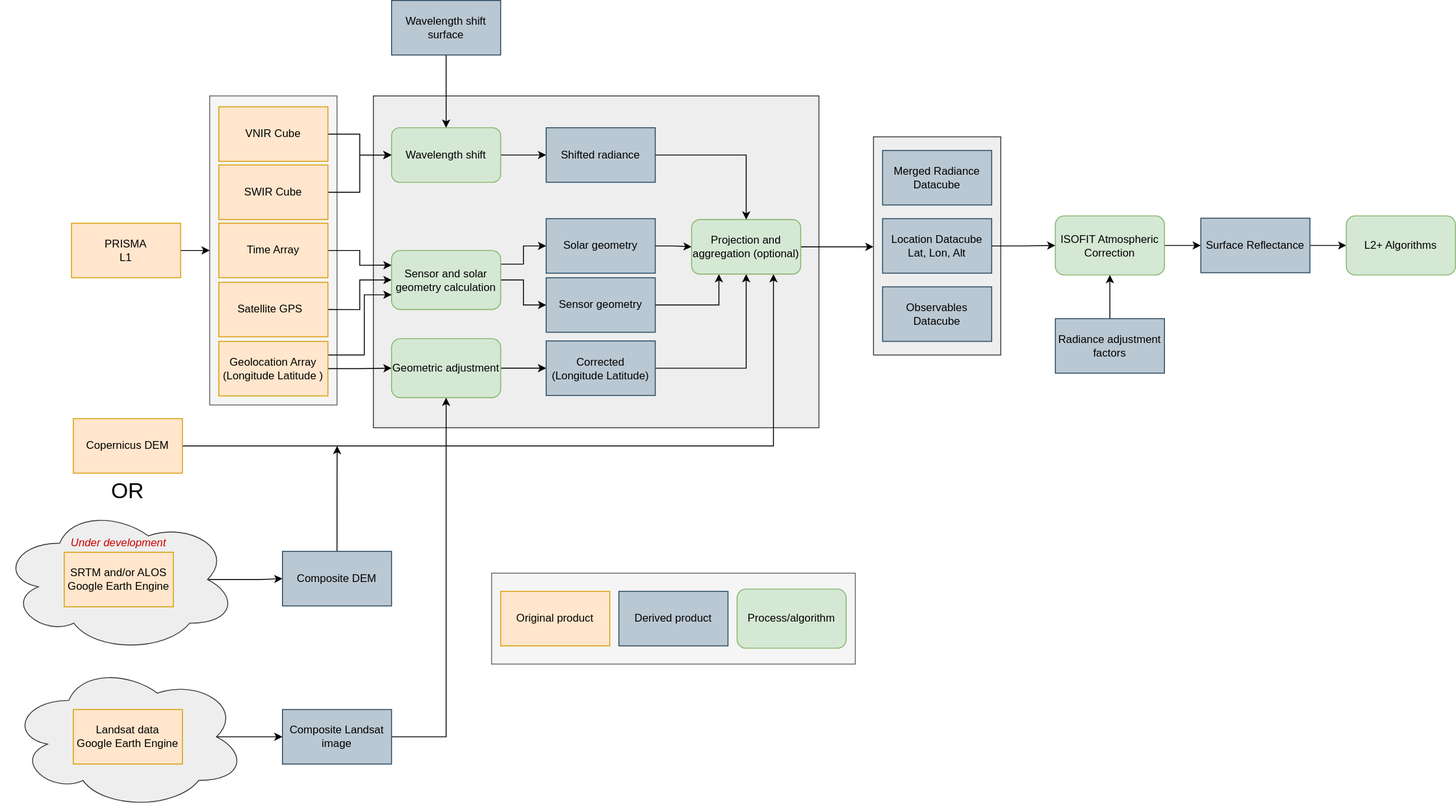
Before: figures/prisma_workflow.svg, a diagram exported from draw.io (sister-jpl/sister-preprocess). Source tidied: cells renumbered, new cells last; positions are measured from the earlier drawing's top-left corner, leaving out a move shared by most shapes.
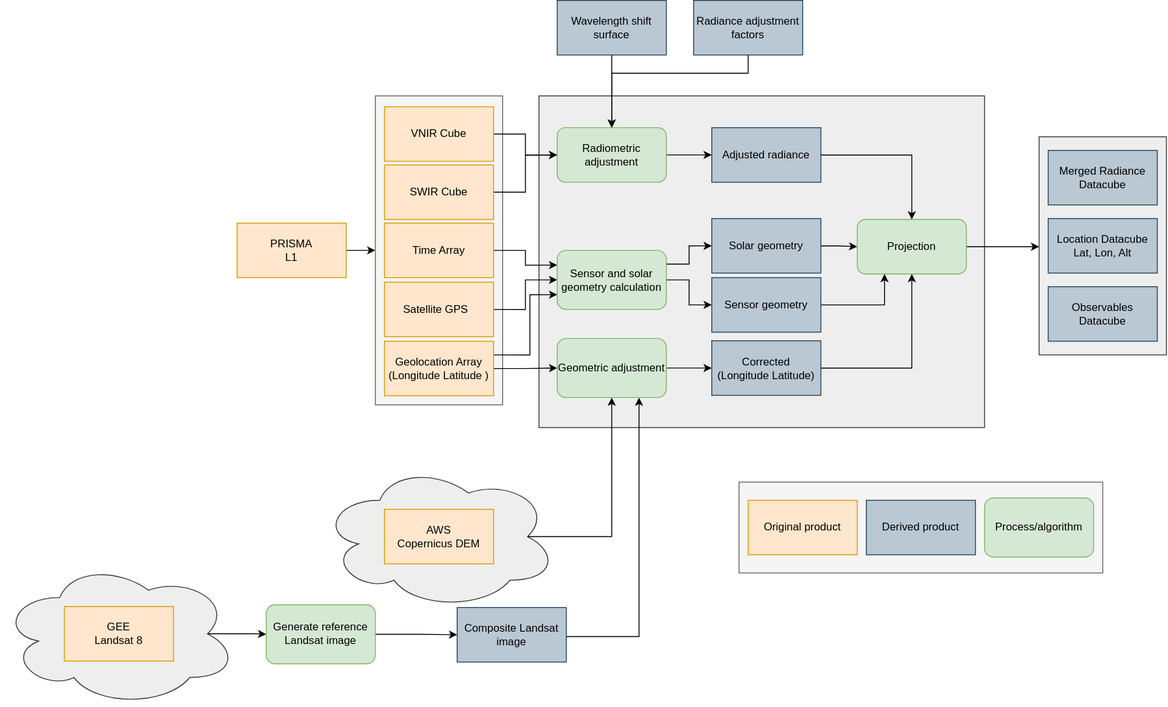
Above is the later version.

Commit message:
Updated prisma worflow

What changed in the source:
```diff
@@ -5,9 +5,6 @@
     <mxCell id="2" style="rounded=0;whiteSpace=wrap;html=1;fillColor=#eeeeee;strokeColor=#36393d;" parent="1" vertex="1">
       <mxGeometry x="410" y="105" width="490" height="365" as="geometry" />
     </mxCell>
-    <mxCell id="3" style="edgeStyle=orthogonalEdgeStyle;rounded=0;jettySize=auto;html=1;exitX=0.875;exitY=0.5;exitDx=0;exitDy=0;entryX=0;entryY=0.5;entryDx=0;entryDy=0;exitPerimeter=0;" parent="1" edge="1" source="43" target="47">
-      <mxGeometry relative="1" as="geometry" />
-    </mxCell>
     <mxCell id="4" style="rounded=0;whiteSpace=wrap;html=1;fillColor=#f5f5f5;strokeColor=#666666;fontColor=#333333;" parent="1" vertex="1">
       <mxGeometry x="230" y="105" width="140" height="340" as="geometry" />
     </mxCell>
@@ -17,18 +14,24 @@
     <mxCell id="6" value="PRISMA&lt;br&gt;L1" style="rounded=0;whiteSpace=wrap;html=1;fillColor=#ffe6cc;strokeColor=#d79b00;" parent="1" vertex="1">
       <mxGeometry x="78" y="245" width="120" height="60" as="geometry" />
     </mxCell>
-    <mxCell id="7" style="edgeStyle=orthogonalEdgeStyle;rounded=0;jettySize=auto;html=1;entryX=0.5;entryY=1;entryDx=0;entryDy=0;" parent="1" edge="1" source="8" target="38">
-      <mxGeometry relative="1" as="geometry" />
-    </mxCell>
+    <mxCell id="70" style="edgeStyle=orthogonalEdgeStyle;rounded=0;jettySize=auto;html=1;" parent="1" edge="1" source="8">
+      <mxGeometry relative="1" as="geometry">
+        <mxPoint x="490" y="140" as="targetPoint" />
+        <Array as="points">
+          <mxPoint x="640" y="80" />
+          <mxPoint x="490" y="80" />
+        </Array>
+      </mxGeometry>
+    </mxCell>
     <mxCell id="8" value="Radiance adjustment factors" style="rounded=0;whiteSpace=wrap;html=1;fillColor=#bac8d3;strokeColor=#23445d;" parent="1" vertex="1">
-      <mxGeometry x="1160" y="350" width="120" height="60" as="geometry" />
+      <mxGeometry x="580" width="120" height="60" as="geometry" />
     </mxCell>
     <mxCell id="9" style="edgeStyle=orthogonalEdgeStyle;rounded=0;jettySize=auto;html=1;entryX=0;entryY=0.5;entryDx=0;entryDy=0;" parent="1" edge="1" source="10">
       <mxGeometry relative="1" as="geometry">
         <mxPoint x="600" y="170" as="targetPoint" />
       </mxGeometry>
     </mxCell>
-    <mxCell id="10" value="Wavelength shift" style="rounded=1;whiteSpace=wrap;html=1;fillColor=#d5e8d4;strokeColor=#82b366;" parent="1" vertex="1">
+    <mxCell id="10" value="Radiometric adjustment" style="rounded=1;whiteSpace=wrap;html=1;fillColor=#d5e8d4;strokeColor=#82b366;" parent="1" vertex="1">
       <mxGeometry x="430" y="140" width="120" height="60" as="geometry" />
     </mxCell>
     <mxCell id="11" style="edgeStyle=orthogonalEdgeStyle;rounded=0;jettySize=auto;html=1;entryX=0;entryY=0.5;entryDx=0;entryDy=0;" parent="1" edge="1" source="12" target="10">
@@ -61,12 +64,6 @@
     <mxCell id="20" value="Wavelength shift surface" style="rounded=0;whiteSpace=wrap;html=1;fillColor=#bac8d3;strokeColor=#23445d;" parent="1" vertex="1">
       <mxGeometry x="430" width="120" height="60" as="geometry" />
     </mxCell>
-    <mxCell id="21" style="edgeStyle=orthogonalEdgeStyle;rounded=0;jettySize=auto;html=1;entryX=0.75;entryY=1;entryDx=0;entryDy=0;" parent="1" edge="1" source="22" target="58">
-      <mxGeometry relative="1" as="geometry" />
-    </mxCell>
-    <mxCell id="22" value="Copernicus DEM" style="rounded=0;whiteSpace=wrap;html=1;fillColor=#ffe6cc;strokeColor=#d79b00;" parent="1" vertex="1">
-      <mxGeometry x="80" y="460" width="120" height="60" as="geometry" />
-    </mxCell>
     <mxCell id="23" style="edgeStyle=orthogonalEdgeStyle;rounded=0;jettySize=auto;html=1;entryX=0;entryY=0.5;entryDx=0;entryDy=0;" parent="1" edge="1" source="25" target="34">
       <mxGeometry relative="1" as="geometry">
         <Array as="points">
@@ -95,15 +92,15 @@
     <mxCell id="28" value="Geolocation Array&lt;br&gt;(Longitude Latitude )" style="rounded=0;whiteSpace=wrap;html=1;fillColor=#ffe6cc;strokeColor=#d79b00;" parent="1" vertex="1">
       <mxGeometry x="240" y="375" width="120" height="60" as="geometry" />
     </mxCell>
-    <mxCell id="29" style="edgeStyle=orthogonalEdgeStyle;rounded=0;jettySize=auto;html=1;entryX=0.5;entryY=1;entryDx=0;entryDy=0;" parent="1" edge="1" source="30" target="56">
+    <mxCell id="29" style="edgeStyle=orthogonalEdgeStyle;rounded=0;jettySize=auto;html=1;entryX=0.75;entryY=1;entryDx=0;entryDy=0;" parent="1" edge="1" source="30" target="56">
       <mxGeometry relative="1" as="geometry">
         <Array as="points">
-          <mxPoint x="490" y="810" />
+          <mxPoint x="520" y="700" />
         </Array>
       </mxGeometry>
     </mxCell>
     <mxCell id="30" value="Composite Landsat image" style="rounded=0;whiteSpace=wrap;html=1;fillColor=#bac8d3;strokeColor=#23445d;" parent="1" vertex="1">
-      <mxGeometry x="310" y="780" width="120" height="60" as="geometry" />
+      <mxGeometry x="320" y="668" width="120" height="60" as="geometry" />
     </mxCell>
     <mxCell id="31" style="edgeStyle=orthogonalEdgeStyle;rounded=0;jettySize=auto;html=1;entryX=0.25;entryY=1;entryDx=0;entryDy=0;" parent="1" edge="1" source="32" target="58">
       <mxGeometry relative="1" as="geometry" />
@@ -123,43 +120,8 @@
     <mxCell id="36" value="Corrected&lt;br&gt;(Longitude Latitude)" style="rounded=0;whiteSpace=wrap;html=1;fillColor=#bac8d3;strokeColor=#23445d;" parent="1" vertex="1">
       <mxGeometry x="600" y="374.5" width="120" height="60" as="geometry" />
     </mxCell>
-    <mxCell id="37" style="edgeStyle=orthogonalEdgeStyle;rounded=0;jettySize=auto;html=1;exitX=1;exitY=0.5;exitDx=0;exitDy=0;entryX=0;entryY=0.5;entryDx=0;entryDy=0;" parent="1" edge="1" source="38" target="68">
-      <mxGeometry relative="1" as="geometry" />
-    </mxCell>
-    <mxCell id="38" value="ISOFIT Atmospheric Correction" style="rounded=1;whiteSpace=wrap;html=1;fillColor=#d5e8d4;strokeColor=#82b366;" parent="1" vertex="1">
-      <mxGeometry x="1160" y="237" width="120" height="65" as="geometry" />
-    </mxCell>
-    <mxCell id="39" style="group;" parent="1" vertex="1">
-      <mxGeometry x="10" y="730" width="260" height="160" as="geometry" />
-    </mxCell>
-    <mxCell id="40" style="ellipse;shape=cloud;whiteSpace=wrap;html=1;fillColor=#eeeeee;strokeColor=#36393d;" parent="39" vertex="1">
-      <mxGeometry width="260" height="160" as="geometry" />
-    </mxCell>
-    <mxCell id="41" value="Landsat data&lt;br&gt;Google Earth Engine" style="rounded=0;whiteSpace=wrap;html=1;fillColor=#ffe6cc;strokeColor=#d79b00;" parent="39" vertex="1">
-      <mxGeometry x="70" y="50" width="120" height="60" as="geometry" />
-    </mxCell>
-    <mxCell id="42" style="group;" parent="1" vertex="1">
-      <mxGeometry y="557" width="260" height="160" as="geometry" />
-    </mxCell>
-    <mxCell id="43" style="ellipse;shape=cloud;whiteSpace=wrap;html=1;fillColor=#eeeeee;strokeColor=#36393d;" parent="42" vertex="1">
-      <mxGeometry width="260" height="160" as="geometry" />
-    </mxCell>
-    <mxCell id="44" value="SRTM and/or ALOS&lt;br&gt;Google Earth Engine" style="rounded=0;whiteSpace=wrap;html=1;fillColor=#ffe6cc;strokeColor=#d79b00;" parent="42" vertex="1">
-      <mxGeometry x="70" y="50" width="120" height="60" as="geometry" />
-    </mxCell>
-    <mxCell id="45" value="&lt;font color=&quot;#cc0000&quot;&gt;&lt;i&gt;Under development&lt;/i&gt;&lt;/font&gt;" style="text;html=1;strokeColor=none;fillColor=none;align=center;verticalAlign=middle;whiteSpace=wrap;rounded=0;dashed=1;" parent="42" vertex="1">
-      <mxGeometry x="74" y="30" width="112" height="20" as="geometry" />
-    </mxCell>
-    <mxCell id="46" style="edgeStyle=orthogonalEdgeStyle;rounded=0;jettySize=auto;html=1;exitX=0.5;exitY=0;exitDx=0;exitDy=0;" parent="1" edge="1" source="47">
-      <mxGeometry relative="1" as="geometry">
-        <mxPoint x="370.1" y="490" as="targetPoint" />
-      </mxGeometry>
-    </mxCell>
-    <mxCell id="47" value="Composite DEM" style="rounded=0;whiteSpace=wrap;html=1;fillColor=#bac8d3;strokeColor=#23445d;" parent="1" vertex="1">
-      <mxGeometry x="310" y="606" width="120" height="60" as="geometry" />
-    </mxCell>
     <mxCell id="48" style="group;" parent="1" vertex="1">
-      <mxGeometry x="540" y="630" width="400" height="100" as="geometry" />
+      <mxGeometry x="630" y="530" width="400" height="100" as="geometry" />
     </mxCell>
     <mxCell id="49" style="rounded=0;whiteSpace=wrap;html=1;fillColor=#f5f5f5;strokeColor=#666666;fontColor=#333333;" parent="48" vertex="1">
       <mxGeometry width="400" height="100" as="geometry" />
@@ -170,15 +132,6 @@
     <mxCell id="51" value="Derived product" style="rounded=0;whiteSpace=wrap;html=1;fillColor=#bac8d3;strokeColor=#23445d;" parent="48" vertex="1">
       <mxGeometry x="140" y="20" width="120" height="60" as="geometry" />
     </mxCell>
-    <mxCell id="52" value="Process/algorithm" style="rounded=1;whiteSpace=wrap;html=1;fillColor=#d5e8d4;strokeColor=#82b366;" parent="48" vertex="1">
-      <mxGeometry x="270" y="17.5" width="120" height="65" as="geometry" />
-    </mxCell>
-    <mxCell id="53" value="&lt;font style=&quot;font-size: 24px&quot;&gt;OR&lt;/font&gt;" style="text;html=1;strokeColor=none;fillColor=none;align=center;verticalAlign=middle;whiteSpace=wrap;rounded=0;" parent="1" vertex="1">
-      <mxGeometry x="120" y="530" width="40" height="20" as="geometry" />
-    </mxCell>
-    <mxCell id="54" style="edgeStyle=orthogonalEdgeStyle;rounded=0;jettySize=auto;html=1;entryX=0;entryY=0.5;entryDx=0;entryDy=0;exitX=0.875;exitY=0.5;exitDx=0;exitDy=0;exitPerimeter=0;" parent="1" edge="1" source="40" target="30">
-      <mxGeometry relative="1" as="geometry" />
-    </mxCell>
     <mxCell id="55" style="edgeStyle=orthogonalEdgeStyle;rounded=0;jettySize=auto;html=1;exitX=1;exitY=0.5;exitDx=0;exitDy=0;entryX=0;entryY=0.5;entryDx=0;entryDy=0;" parent="1" edge="1" source="56" target="36">
       <mxGeometry relative="1" as="geometry" />
     </mxCell>
@@ -190,13 +143,13 @@
         <mxPoint x="960" y="271" as="targetPoint" />
       </mxGeometry>
     </mxCell>
-    <mxCell id="58" value="Projection and aggregation (optional)" style="rounded=1;whiteSpace=wrap;html=1;fillColor=#d5e8d4;strokeColor=#82b366;" parent="1" vertex="1">
+    <mxCell id="58" value="Projection" style="rounded=1;whiteSpace=wrap;html=1;fillColor=#d5e8d4;strokeColor=#82b366;" parent="1" vertex="1">
       <mxGeometry x="760" y="241" width="120" height="60" as="geometry" />
     </mxCell>
     <mxCell id="59" style="edgeStyle=orthogonalEdgeStyle;rounded=0;jettySize=auto;html=1;entryX=0.5;entryY=0;entryDx=0;entryDy=0;" parent="1" edge="1" source="60" target="58">
       <mxGeometry relative="1" as="geometry" />
     </mxCell>
-    <mxCell id="60" value="Shifted radiance" style="rounded=0;whiteSpace=wrap;html=1;fillColor=#bac8d3;strokeColor=#23445d;" parent="1" vertex="1">
+    <mxCell id="60" value="Adjusted radiance" style="rounded=0;whiteSpace=wrap;html=1;fillColor=#bac8d3;strokeColor=#23445d;" parent="1" vertex="1">
       <mxGeometry x="600" y="140" width="120" height="60" as="geometry" />
     </mxCell>
     <mxCell id="61" style="group;" parent="1" vertex="1">
@@ -214,17 +167,42 @@
     <mxCell id="65" value="Observables Datacube&lt;br&gt;" style="rounded=0;whiteSpace=wrap;html=1;fillColor=#bac8d3;strokeColor=#23445d;" parent="61" vertex="1">
       <mxGeometry x="10" y="165" width="120" height="60" as="geometry" />
     </mxCell>
-    <mxCell id="66" style="edgeStyle=orthogonalEdgeStyle;rounded=0;jettySize=auto;html=1;entryX=0;entryY=0.5;entryDx=0;entryDy=0;" parent="1" edge="1" source="63" target="38">
-      <mxGeometry relative="1" as="geometry" />
-    </mxCell>
-    <mxCell id="67" style="edgeStyle=orthogonalEdgeStyle;rounded=0;jettySize=auto;html=1;entryX=0;entryY=0.5;entryDx=0;entryDy=0;" parent="1" edge="1" source="68" target="69">
-      <mxGeometry relative="1" as="geometry" />
-    </mxCell>
-    <mxCell id="68" value="Surface Reflectance" style="rounded=0;whiteSpace=wrap;html=1;fillColor=#bac8d3;strokeColor=#23445d;" parent="1" vertex="1">
-      <mxGeometry x="1320" y="239.5" width="120" height="60" as="geometry" />
-    </mxCell>
-    <mxCell id="69" value="L2+ Algorithms" style="rounded=1;whiteSpace=wrap;html=1;fillColor=#d5e8d4;strokeColor=#82b366;" parent="1" vertex="1">
-      <mxGeometry x="1480" y="237" width="120" height="65" as="geometry" />
-    </mxCell>
+    <mxCell id="71" style="group;" parent="1" vertex="1">
+      <mxGeometry x="170" y="510" width="260" height="160" as="geometry" />
+    </mxCell>
+    <mxCell id="72" style="ellipse;shape=cloud;whiteSpace=wrap;html=1;fillColor=#eeeeee;strokeColor=#36393d;" parent="71" vertex="1">
+      <mxGeometry width="260" height="160" as="geometry" />
+    </mxCell>
+    <mxCell id="73" value="AWS&lt;br&gt;Copernicus DEM" style="rounded=0;whiteSpace=wrap;html=1;fillColor=#ffe6cc;strokeColor=#d79b00;" parent="71" vertex="1">
+      <mxGeometry x="70" y="50" width="120" height="60" as="geometry" />
+    </mxCell>
+    <mxCell id="74" style="edgeStyle=orthogonalEdgeStyle;rounded=0;jettySize=auto;html=1;entryX=0.5;entryY=1;entryDx=0;entryDy=0;exitX=0.875;exitY=0.5;exitDx=0;exitDy=0;exitPerimeter=0;" parent="1" edge="1" source="72" target="56">
+      <mxGeometry relative="1" as="geometry">
+        <Array as="points">
+          <mxPoint x="490" y="590" />
+        </Array>
+      </mxGeometry>
+    </mxCell>
+    <mxCell id="52" value="Process/algorithm" style="rounded=1;whiteSpace=wrap;html=1;fillColor=#d5e8d4;strokeColor=#82b366;" parent="1" vertex="1">
+      <mxGeometry x="900" y="547.5" width="120" height="65" as="geometry" />
+    </mxCell>
+    <mxCell id="75" style="edgeStyle=orthogonalEdgeStyle;rounded=0;jettySize=auto;html=1;entryX=0;entryY=0.5;entryDx=0;entryDy=0;" parent="1" edge="1" source="76" target="30">
+      <mxGeometry relative="1" as="geometry" />
+    </mxCell>
+    <mxCell id="76" value="Generate reference Landsat image" style="rounded=1;whiteSpace=wrap;html=1;fillColor=#d5e8d4;strokeColor=#82b366;" parent="1" vertex="1">
+      <mxGeometry x="110" y="665" width="120" height="65" as="geometry" />
+    </mxCell>
+    <mxCell id="77" style="group;" parent="1" vertex="1">
+      <mxGeometry x="-182" y="617" width="260" height="160" as="geometry" />
+    </mxCell>
+    <mxCell id="78" style="ellipse;shape=cloud;whiteSpace=wrap;html=1;fillColor=#eeeeee;strokeColor=#36393d;" parent="77" vertex="1">
+      <mxGeometry width="260" height="160" as="geometry" />
+    </mxCell>
+    <mxCell id="79" value="GEE&lt;br&gt;Landsat 8" style="rounded=0;whiteSpace=wrap;html=1;fillColor=#ffe6cc;strokeColor=#d79b00;" parent="77" vertex="1">
+      <mxGeometry x="70" y="50" width="120" height="60" as="geometry" />
+    </mxCell>
+    <mxCell id="80" style="edgeStyle=orthogonalEdgeStyle;rounded=0;jettySize=auto;html=1;entryX=0;entryY=0.5;entryDx=0;entryDy=0;exitX=0.875;exitY=0.5;exitDx=0;exitDy=0;exitPerimeter=0;" parent="1" edge="1" source="78" target="76">
+      <mxGeometry relative="1" as="geometry" />
+    </mxCell>
   </root>
 </mxGraphModel>
```
